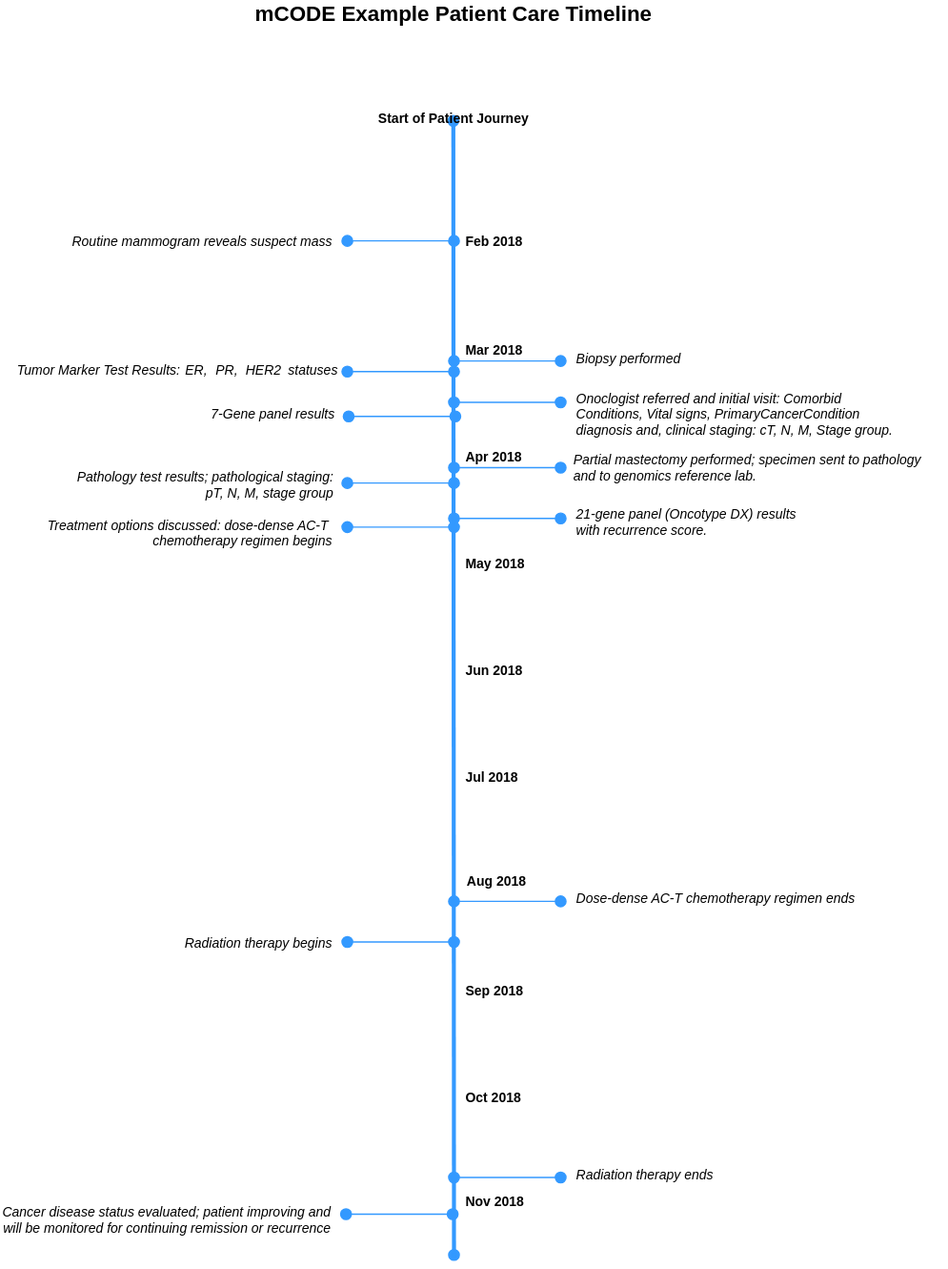
Before: input/images/mCODE-PersonaExample.svg, a diagram exported from draw.io (HL7/fhir-mCODE-ig). Source tidied: cells renumbered, new cells last; positions are measured from the earlier drawing's top-left corner, leaving out a move shared by most shapes.
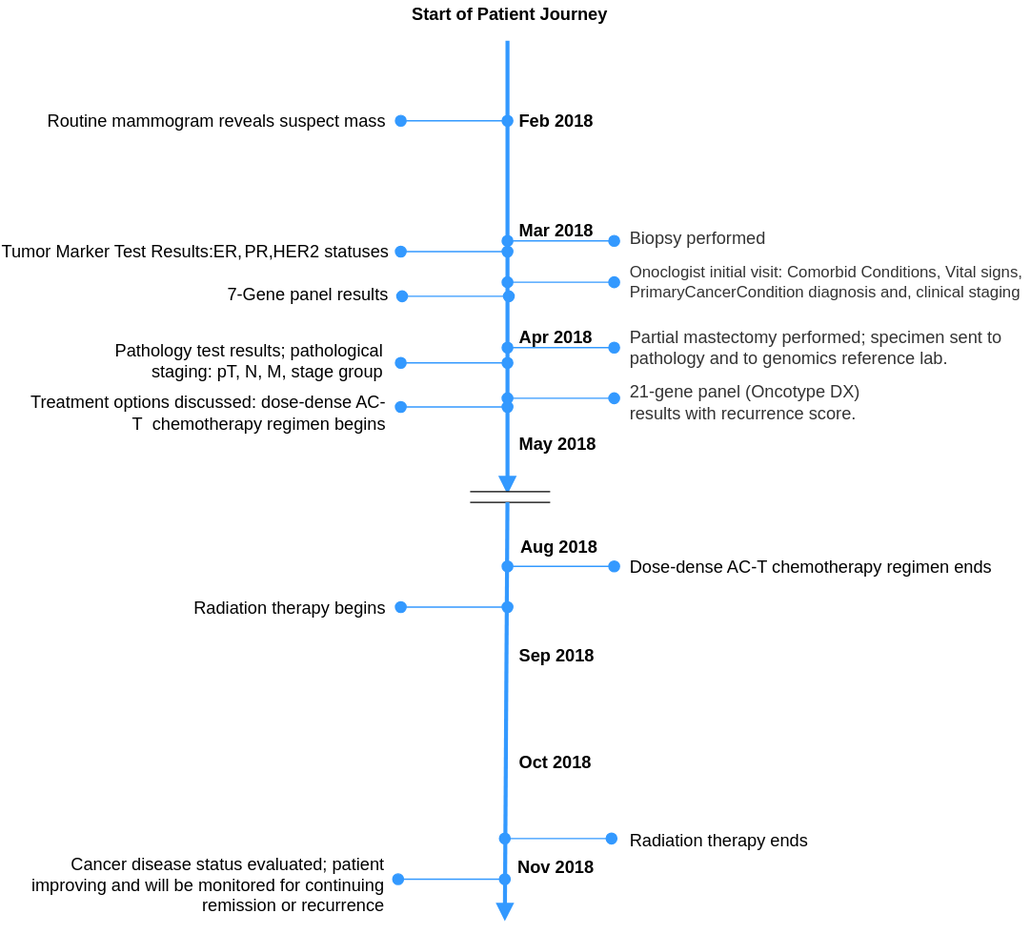
After the commit.

Change to the diagram source:
```diff
@@ -4,8 +4,2 @@
     <mxCell id="1" parent="0" />
-    <mxCell id="2" style="endArrow=oval;html=1;strokeWidth=3;strokeColor=#3399FF;startArrow=oval;startFill=1;endFill=1;" parent="1" edge="1">
-      <mxGeometry relative="1" as="geometry">
-        <mxPoint x="340" y="940" as="sourcePoint" />
-        <mxPoint x="339.5" y="90" as="targetPoint" />
-      </mxGeometry>
-    </mxCell>
     <mxCell id="3" style="endArrow=oval;html=1;strokeColor=#3399FF;strokeWidth=1;endFill=1;startArrow=oval;startFill=1;endSize=8;startSize=8;" parent="1" edge="1">
@@ -16,10 +10,7 @@
     </mxCell>
-    <mxCell id="4" value="Routine mammogram reveals suspect mass" style="text;html=1;strokeColor=none;fillColor=none;align=right;verticalAlign=middle;whiteSpace=wrap;rounded=0;fontSize=10;fontStyle=2;" parent="1" vertex="1">
-      <mxGeometry x="50" y="170" width="201" height="20" as="geometry" />
+    <mxCell id="4" value="Routine mammogram reveals suspect mass" style="text;html=1;strokeColor=none;fillColor=none;align=right;verticalAlign=middle;whiteSpace=wrap;rounded=0;fontSize=13;fontStyle=0;" parent="1" vertex="1">
+      <mxGeometry x="-20" y="170" width="271" height="20" as="geometry" />
     </mxCell>
-    <mxCell id="5" value="mCODE Example Patient Care Timeline" style="text;html=1;strokeColor=none;fillColor=none;align=center;verticalAlign=middle;whiteSpace=wrap;rounded=0;fontSize=16;fontStyle=1;" parent="1" vertex="1">
-      <mxGeometry x="170" width="340" height="20" as="geometry" />
-    </mxCell>
-    <mxCell id="6" value="Start of Patient Journey" style="text;html=1;strokeColor=none;fillColor=none;align=center;verticalAlign=middle;whiteSpace=wrap;rounded=0;fontSize=10;fontStyle=1;" parent="1" vertex="1">
-      <mxGeometry x="270" y="78" width="140" height="20" as="geometry" />
+    <mxCell id="6" value="Start of Patient Journey" style="text;html=1;strokeColor=none;fillColor=none;align=center;verticalAlign=middle;whiteSpace=wrap;rounded=0;fontSize=13;fontStyle=1;" parent="1" vertex="1">
+      <mxGeometry x="242" y="90" width="200" height="20" as="geometry" />
     </mxCell>
@@ -31,34 +22,28 @@
     </mxCell>
-    <mxCell id="8" value="Biopsy performed" style="text;html=1;strokeColor=none;fillColor=none;align=left;verticalAlign=middle;whiteSpace=wrap;rounded=0;fontSize=10;fontStyle=2;" parent="1" vertex="1">
-      <mxGeometry x="430" y="258" width="90" height="20" as="geometry" />
+    <mxCell id="8" value="Biopsy performed" style="text;html=1;strokeColor=none;fillColor=none;align=left;verticalAlign=middle;whiteSpace=wrap;rounded=0;fontSize=13;fontStyle=0;fontColor=#333333;" parent="1" vertex="1">
+      <mxGeometry x="430" y="258" width="170" height="20" as="geometry" />
     </mxCell>
-    <mxCell id="9" value="Feb 2018" style="text;html=1;strokeColor=none;fillColor=none;align=left;verticalAlign=middle;whiteSpace=wrap;rounded=0;fontSize=10;fontStyle=1;" parent="1" vertex="1">
-      <mxGeometry x="347" y="170" width="50" height="20" as="geometry" />
+    <mxCell id="9" value="Feb 2018" style="text;html=1;strokeColor=none;fillColor=none;align=left;verticalAlign=middle;whiteSpace=wrap;rounded=0;fontSize=13;fontStyle=1;" parent="1" vertex="1">
+      <mxGeometry x="347" y="170" width="73" height="20" as="geometry" />
     </mxCell>
-    <mxCell id="10" value="Mar 2018" style="text;html=1;strokeColor=none;fillColor=none;align=left;verticalAlign=middle;whiteSpace=wrap;rounded=0;fontSize=10;fontStyle=1;" parent="1" vertex="1">
-      <mxGeometry x="347" y="252" width="50" height="20" as="geometry" />
+    <mxCell id="10" value="Mar 2018" style="text;html=1;strokeColor=none;fillColor=none;align=left;verticalAlign=middle;whiteSpace=wrap;rounded=0;fontSize=13;fontStyle=1;" parent="1" vertex="1">
+      <mxGeometry x="347" y="252" width="63" height="20" as="geometry" />
     </mxCell>
-    <mxCell id="11" value="Apr 2018" style="text;html=1;strokeColor=none;fillColor=none;align=left;verticalAlign=middle;whiteSpace=wrap;rounded=0;fontSize=10;fontStyle=1;" parent="1" vertex="1">
-      <mxGeometry x="347" y="332" width="50" height="20" as="geometry" />
+    <mxCell id="11" value="Apr 2018" style="text;html=1;strokeColor=none;fillColor=none;align=left;verticalAlign=middle;whiteSpace=wrap;rounded=0;fontSize=13;fontStyle=1;" parent="1" vertex="1">
+      <mxGeometry x="347" y="332" width="73" height="20" as="geometry" />
     </mxCell>
-    <mxCell id="12" value="May 2018" style="text;html=1;strokeColor=none;fillColor=none;align=left;verticalAlign=middle;whiteSpace=wrap;rounded=0;fontSize=10;fontStyle=1;" parent="1" vertex="1">
-      <mxGeometry x="347" y="412" width="50" height="20" as="geometry" />
+    <mxCell id="12" value="May 2018" style="text;html=1;strokeColor=none;fillColor=none;align=left;verticalAlign=middle;whiteSpace=wrap;rounded=0;fontSize=13;fontStyle=1;" parent="1" vertex="1">
+      <mxGeometry x="347" y="412" width="73" height="20" as="geometry" />
     </mxCell>
-    <mxCell id="13" value="Jun 2018" style="text;html=1;strokeColor=none;fillColor=none;align=left;verticalAlign=middle;whiteSpace=wrap;rounded=0;fontSize=10;fontStyle=1;" parent="1" vertex="1">
-      <mxGeometry x="347" y="492" width="50" height="20" as="geometry" />
-    </mxCell>
-    <mxCell id="14" value="Jul 2018" style="text;html=1;strokeColor=none;fillColor=none;align=left;verticalAlign=middle;whiteSpace=wrap;rounded=0;fontSize=10;fontStyle=1;" parent="1" vertex="1">
-      <mxGeometry x="347" y="572" width="50" height="20" as="geometry" />
-    </mxCell>
-    <mxCell id="15" value="Aug 2018" style="text;html=1;strokeColor=none;fillColor=none;align=left;verticalAlign=middle;whiteSpace=wrap;rounded=0;fontSize=10;fontStyle=1;" parent="1" vertex="1">
-      <mxGeometry x="348" y="650" width="60" height="20" as="geometry" />
+    <mxCell id="15" value="Aug 2018" style="text;html=1;strokeColor=none;fillColor=none;align=left;verticalAlign=middle;whiteSpace=wrap;rounded=0;fontSize=13;fontStyle=1;" parent="1" vertex="1">
+      <mxGeometry x="348" y="489" width="60" height="20" as="geometry" />
     </mxCell>
-    <mxCell id="16" value="Sep 2018" style="text;html=1;strokeColor=none;fillColor=none;align=left;verticalAlign=middle;whiteSpace=wrap;rounded=0;fontSize=10;fontStyle=1;" parent="1" vertex="1">
-      <mxGeometry x="347" y="732" width="50" height="20" as="geometry" />
+    <mxCell id="16" value="Sep 2018" style="text;html=1;strokeColor=none;fillColor=none;align=left;verticalAlign=middle;whiteSpace=wrap;rounded=0;fontSize=13;fontStyle=1;" parent="1" vertex="1">
+      <mxGeometry x="347" y="571" width="63" height="20" as="geometry" />
     </mxCell>
-    <mxCell id="17" value="Oct 2018" style="text;html=1;strokeColor=none;fillColor=none;align=left;verticalAlign=middle;whiteSpace=wrap;rounded=0;fontSize=10;fontStyle=1;" parent="1" vertex="1">
-      <mxGeometry x="347" y="812" width="50" height="20" as="geometry" />
+    <mxCell id="17" value="Oct 2018" style="text;html=1;strokeColor=none;fillColor=none;align=left;verticalAlign=middle;whiteSpace=wrap;rounded=0;fontSize=13;fontStyle=1;" parent="1" vertex="1">
+      <mxGeometry x="347" y="651" width="73" height="20" as="geometry" />
     </mxCell>
-    <mxCell id="18" value="Nov 2018" style="text;html=1;strokeColor=none;fillColor=none;align=left;verticalAlign=middle;whiteSpace=wrap;rounded=0;fontSize=10;fontStyle=1;" parent="1" vertex="1">
-      <mxGeometry x="347" y="890" width="50" height="20" as="geometry" />
+    <mxCell id="18" value="Nov 2018" style="text;html=1;strokeColor=none;fillColor=none;align=left;verticalAlign=middle;whiteSpace=wrap;rounded=0;fontSize=13;fontStyle=1;" parent="1" vertex="1">
+      <mxGeometry x="346" y="729" width="73" height="20" as="geometry" />
     </mxCell>
@@ -70,17 +55,2 @@
     </mxCell>
-    <mxCell id="20" value="Tumor Marker Test Results:" style="text;html=1;strokeColor=none;fillColor=none;align=right;verticalAlign=middle;whiteSpace=wrap;rounded=0;fontSize=10;fontStyle=2;" parent="1" vertex="1">
-      <mxGeometry x="9" y="267" width="128" height="20" as="geometry" />
-    </mxCell>
-    <mxCell id="21" value="ER,&amp;nbsp;" style="text;html=1;strokeColor=none;fillColor=none;align=center;verticalAlign=middle;whiteSpace=wrap;rounded=0;fontSize=10;fontStyle=2;" parent="1" vertex="1">
-      <mxGeometry x="141" y="267" width="15" height="20" as="geometry" />
-    </mxCell>
-    <mxCell id="22" value="PR," style="text;html=1;strokeColor=none;fillColor=none;align=center;verticalAlign=middle;whiteSpace=wrap;rounded=0;fontSize=10;fontStyle=2;" parent="1" vertex="1">
-      <mxGeometry x="164" y="267" width="12" height="20" as="geometry" />
-    </mxCell>
-    <mxCell id="23" value="HER2" style="text;html=1;strokeColor=none;fillColor=none;align=center;verticalAlign=middle;whiteSpace=wrap;rounded=0;fontSize=10;fontStyle=2;" parent="1" vertex="1">
-      <mxGeometry x="184" y="267" width="27" height="20" as="geometry" />
-    </mxCell>
-    <mxCell id="24" value="statuses" style="text;html=1;strokeColor=none;fillColor=none;align=left;verticalAlign=middle;whiteSpace=wrap;rounded=0;fontSize=10;fontStyle=2;" parent="1" vertex="1">
-      <mxGeometry x="214" y="267" width="30" height="20" as="geometry" />
-    </mxCell>
     <mxCell id="25" style="endArrow=oval;html=1;strokeColor=#3399FF;strokeWidth=1;endFill=1;startArrow=oval;startFill=1;endSize=8;startSize=8;" parent="1" edge="1">
@@ -91,4 +61,4 @@
     </mxCell>
-    <mxCell id="26" value="Onoclogist referred and initial visit: Comorbid Conditions, Vital signs, PrimaryCancerCondition diagnosis and, clinical staging: cT, N, M, Stage group." style="text;html=1;strokeColor=none;fillColor=none;align=left;verticalAlign=middle;whiteSpace=wrap;rounded=0;fontSize=10;fontStyle=2;" parent="1" vertex="1">
-      <mxGeometry x="430" y="300" width="250" height="20" as="geometry" />
+    <mxCell id="26" value="Onoclogist initial visit: Comorbid Conditions, Vital signs, PrimaryCancerCondition diagnosis and, clinical staging" style="text;html=1;strokeColor=none;fillColor=none;align=left;verticalAlign=middle;whiteSpace=wrap;rounded=0;fontSize=12;fontStyle=0;fontColor=#333333;" parent="1" vertex="1">
+      <mxGeometry x="429.8" y="287" width="300" height="28" as="geometry" />
     </mxCell>
@@ -100,4 +70,4 @@
     </mxCell>
-    <mxCell id="28" value="7-Gene panel results" style="text;html=1;strokeColor=none;fillColor=none;align=right;verticalAlign=middle;whiteSpace=wrap;rounded=0;fontSize=10;fontStyle=2;" parent="1" vertex="1">
-      <mxGeometry x="152" y="300" width="100.5" height="20" as="geometry" />
+    <mxCell id="28" value="7-Gene panel results" style="text;html=1;strokeColor=none;fillColor=none;align=right;verticalAlign=middle;whiteSpace=wrap;rounded=0;fontSize=13;fontStyle=0;" parent="1" vertex="1">
+      <mxGeometry x="90" y="300" width="162.5" height="20" as="geometry" />
     </mxCell>
@@ -109,4 +79,4 @@
     </mxCell>
-    <mxCell id="30" value="Partial mastectomy performed; specimen sent to pathology and to genomics reference lab." style="text;html=1;strokeColor=none;fillColor=none;align=left;verticalAlign=middle;whiteSpace=wrap;rounded=0;fontSize=10;fontStyle=2;" parent="1" vertex="1">
-      <mxGeometry x="427.8" y="340" width="282.2" height="20" as="geometry" />
+    <mxCell id="30" value="Partial mastectomy performed; specimen sent to pathology and to genomics reference lab." style="text;html=1;strokeColor=none;fillColor=none;align=left;verticalAlign=middle;whiteSpace=wrap;rounded=0;fontSize=13;fontStyle=0;fontColor=#333333;" parent="1" vertex="1">
+      <mxGeometry x="429.8" y="335" width="302.2" height="30" as="geometry" />
     </mxCell>
@@ -118,4 +88,4 @@
     </mxCell>
-    <mxCell id="32" value="Pathology test results; pathological staging: pT, N, M, stage group" style="text;html=1;strokeColor=none;fillColor=none;align=right;verticalAlign=middle;whiteSpace=wrap;rounded=0;fontSize=10;fontStyle=2;" parent="1" vertex="1">
-      <mxGeometry x="50" y="353" width="201.5" height="20" as="geometry" />
+    <mxCell id="32" value="Pathology test results; pathological staging: pT, N, M, stage group" style="text;html=1;strokeColor=none;fillColor=none;align=right;verticalAlign=middle;whiteSpace=wrap;rounded=0;fontSize=13;fontStyle=0;" parent="1" vertex="1">
+      <mxGeometry x="17" y="350" width="231.5" height="20" as="geometry" />
     </mxCell>
@@ -127,4 +97,4 @@
     </mxCell>
-    <mxCell id="34" value="21-gene panel (Oncotype DX) results with recurrence score." style="text;html=1;strokeColor=none;fillColor=none;align=left;verticalAlign=middle;whiteSpace=wrap;rounded=0;fontSize=10;fontStyle=2;" parent="1" vertex="1">
-      <mxGeometry x="430" y="381" width="180" height="20" as="geometry" />
+    <mxCell id="34" value="21-gene panel (Oncotype DX) results with recurrence score." style="text;html=1;strokeColor=none;fillColor=none;align=left;verticalAlign=middle;whiteSpace=wrap;rounded=0;fontSize=13;fontStyle=0;fontColor=#333333;" parent="1" vertex="1">
+      <mxGeometry x="430" y="375" width="180" height="31" as="geometry" />
     </mxCell>
@@ -136,4 +106,4 @@
     </mxCell>
-    <mxCell id="36" value="Treatment options discussed: dose-dense AC-T&amp;nbsp; chemotherapy regimen begins" style="text;html=1;strokeColor=none;fillColor=none;align=right;verticalAlign=middle;whiteSpace=wrap;rounded=0;fontSize=10;fontStyle=2;" parent="1" vertex="1">
-      <mxGeometry x="30" y="389" width="221" height="20" as="geometry" />
+    <mxCell id="36" value="Treatment options discussed: dose-dense AC-T&amp;nbsp; chemotherapy regimen begins" style="text;html=1;strokeColor=none;fillColor=none;align=right;verticalAlign=middle;whiteSpace=wrap;rounded=0;fontSize=13;fontStyle=0;" parent="1" vertex="1">
+      <mxGeometry x="-20" y="389" width="271" height="20" as="geometry" />
     </mxCell>
@@ -141,8 +111,8 @@
       <mxGeometry relative="1" as="geometry">
-        <mxPoint x="420" y="675" as="sourcePoint" />
-        <mxPoint x="340" y="675" as="targetPoint" />
+        <mxPoint x="420" y="514" as="sourcePoint" />
+        <mxPoint x="340" y="514" as="targetPoint" />
       </mxGeometry>
     </mxCell>
-    <mxCell id="38" value="Dose-dense AC-T chemotherapy regimen ends" style="text;html=1;strokeColor=none;fillColor=none;align=left;verticalAlign=middle;whiteSpace=wrap;rounded=0;fontSize=10;fontStyle=2;" parent="1" vertex="1">
-      <mxGeometry x="430" y="663" width="220" height="20" as="geometry" />
+    <mxCell id="38" value="Dose-dense AC-T chemotherapy regimen ends" style="text;html=1;strokeColor=none;fillColor=none;align=left;verticalAlign=middle;whiteSpace=wrap;rounded=0;fontSize=13;fontStyle=0;" parent="1" vertex="1">
+      <mxGeometry x="430" y="504" width="290" height="20" as="geometry" />
     </mxCell>
@@ -150,8 +120,8 @@
       <mxGeometry relative="1" as="geometry">
-        <mxPoint x="340" y="705.5" as="sourcePoint" />
-        <mxPoint x="260" y="705.5" as="targetPoint" />
+        <mxPoint x="340" y="544.5" as="sourcePoint" />
+        <mxPoint x="260" y="544.5" as="targetPoint" />
       </mxGeometry>
     </mxCell>
-    <mxCell id="40" value="Radiation therapy begins" style="text;html=1;strokeColor=none;fillColor=none;align=right;verticalAlign=middle;whiteSpace=wrap;rounded=0;fontSize=10;fontStyle=2;" parent="1" vertex="1">
-      <mxGeometry x="120" y="696" width="131" height="20" as="geometry" />
+    <mxCell id="40" value="Radiation therapy begins" style="text;html=1;strokeColor=none;fillColor=none;align=right;verticalAlign=middle;whiteSpace=wrap;rounded=0;fontSize=13;fontStyle=0;" parent="1" vertex="1">
+      <mxGeometry x="80" y="535" width="171" height="20" as="geometry" />
     </mxCell>
@@ -159,8 +129,8 @@
       <mxGeometry relative="1" as="geometry">
-        <mxPoint x="420" y="882" as="sourcePoint" />
-        <mxPoint x="340" y="882" as="targetPoint" />
+        <mxPoint x="418" y="718" as="sourcePoint" />
+        <mxPoint x="338" y="718" as="targetPoint" />
       </mxGeometry>
     </mxCell>
-    <mxCell id="42" value="Radiation therapy ends" style="text;html=1;strokeColor=none;fillColor=none;align=left;verticalAlign=middle;whiteSpace=wrap;rounded=0;fontSize=10;fontStyle=2;" parent="1" vertex="1">
-      <mxGeometry x="430" y="870" width="220" height="20" as="geometry" />
+    <mxCell id="42" value="Radiation therapy ends" style="text;html=1;strokeColor=none;fillColor=none;align=left;verticalAlign=middle;whiteSpace=wrap;rounded=0;fontSize=13;fontStyle=0;" parent="1" vertex="1">
+      <mxGeometry x="430" y="709" width="220" height="20" as="geometry" />
     </mxCell>
@@ -168,9 +138,39 @@
       <mxGeometry relative="1" as="geometry">
-        <mxPoint x="339" y="909.5" as="sourcePoint" />
-        <mxPoint x="259" y="909.5" as="targetPoint" />
+        <mxPoint x="338" y="748.5" as="sourcePoint" />
+        <mxPoint x="258" y="748.5" as="targetPoint" />
       </mxGeometry>
     </mxCell>
-    <mxCell id="44" value="Cancer disease status evaluated; patient improving and will be monitored for continuing remission or recurrence" style="text;html=1;strokeColor=none;fillColor=none;align=right;verticalAlign=middle;whiteSpace=wrap;rounded=0;fontSize=10;fontStyle=2;" parent="1" vertex="1">
-      <mxGeometry y="904" width="250" height="20" as="geometry" />
+    <mxCell id="44" value="Cancer disease status evaluated; patient improving and will be monitored for continuing remission or recurrence" style="text;html=1;strokeColor=none;fillColor=none;align=right;verticalAlign=middle;whiteSpace=wrap;rounded=0;fontSize=13;fontStyle=0;" parent="1" vertex="1">
+      <mxGeometry x="-30" y="743" width="280" height="20" as="geometry" />
     </mxCell>
+    <mxCell id="20" value="Tumor Marker Test Results:" style="text;html=1;strokeColor=none;fillColor=none;align=right;verticalAlign=middle;whiteSpace=wrap;rounded=0;fontSize=13;fontStyle=0;" parent="1" vertex="1">
+      <mxGeometry x="-40" y="268" width="162" height="20" as="geometry" />
+    </mxCell>
+    <mxCell id="21" value="ER,&amp;nbsp;" style="text;html=1;strokeColor=none;fillColor=none;align=center;verticalAlign=middle;whiteSpace=wrap;rounded=0;fontSize=13;fontStyle=0;" parent="1" vertex="1">
+      <mxGeometry x="125" y="268" width="15" height="20" as="geometry" />
+    </mxCell>
+    <mxCell id="22" value="PR," style="text;html=1;strokeColor=none;fillColor=none;align=center;verticalAlign=middle;whiteSpace=wrap;rounded=0;fontSize=13;fontStyle=0;" parent="1" vertex="1">
+      <mxGeometry x="148" y="268" width="12" height="20" as="geometry" />
+    </mxCell>
+    <mxCell id="23" value="HER2" style="text;html=1;strokeColor=none;fillColor=none;align=center;verticalAlign=middle;whiteSpace=wrap;rounded=0;fontSize=13;fontStyle=0;" parent="1" vertex="1">
+      <mxGeometry x="168" y="268" width="28" height="20" as="geometry" />
+    </mxCell>
+    <mxCell id="24" value="statuses" style="text;html=1;strokeColor=none;fillColor=none;align=left;verticalAlign=middle;whiteSpace=wrap;rounded=0;fontSize=13;fontStyle=0;" parent="1" vertex="1">
+      <mxGeometry x="201" y="268" width="38" height="20" as="geometry" />
+    </mxCell>
+    <mxCell id="45" style="endArrow=none;html=1;strokeWidth=3;strokeColor=#3399FF;startArrow=block;startFill=1;endFill=0;" parent="1" edge="1">
+      <mxGeometry relative="1" as="geometry">
+        <mxPoint x="340" y="460" as="sourcePoint" />
+        <mxPoint x="340" y="120" as="targetPoint" />
+      </mxGeometry>
+    </mxCell>
+    <mxCell id="46" style="shape=partialRectangle;whiteSpace=wrap;html=1;top=0;bottom=0;fontSize=13;rotation=90;" parent="1" vertex="1">
+      <mxGeometry x="338" y="432" width="8" height="60" as="geometry" />
+    </mxCell>
+    <mxCell id="47" style="endArrow=none;html=1;strokeWidth=3;strokeColor=#3399FF;startArrow=block;startFill=1;endFill=1;" parent="1" edge="1">
+      <mxGeometry relative="1" as="geometry">
+        <mxPoint x="338" y="780" as="sourcePoint" />
+        <mxPoint x="340" y="466" as="targetPoint" />
+      </mxGeometry>
+    </mxCell>
   </root>
```
